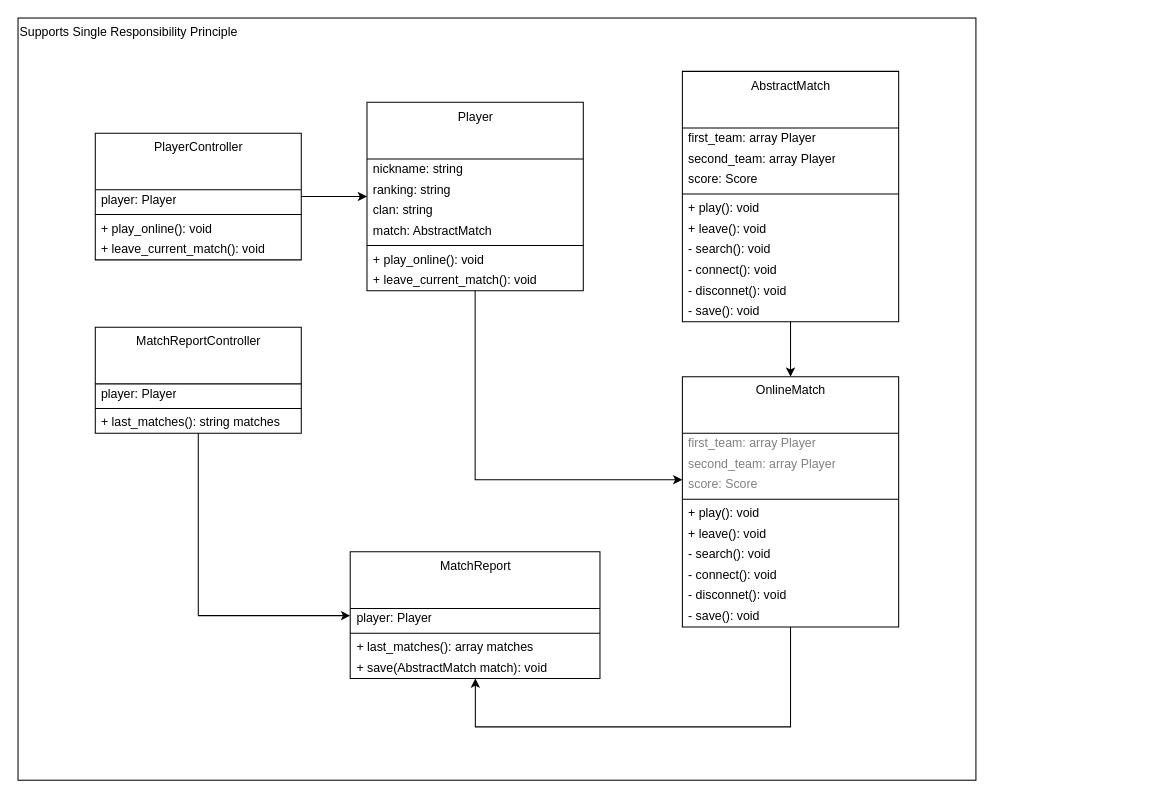
Before: page "SRP" (5 of 6) of images/clean-code-clean-classes/clean-classes.drawio in GabrielSlima/blog, a draw.io diagram. Source tidied: cells renumbered, new cells numbered last; positions are measured from the earlier drawing's top-left corner, leaving out a move shared by most shapes. Both pictures are drawn from the tidied source at 103%, with x=0, y=0 at pixel (18, 18).
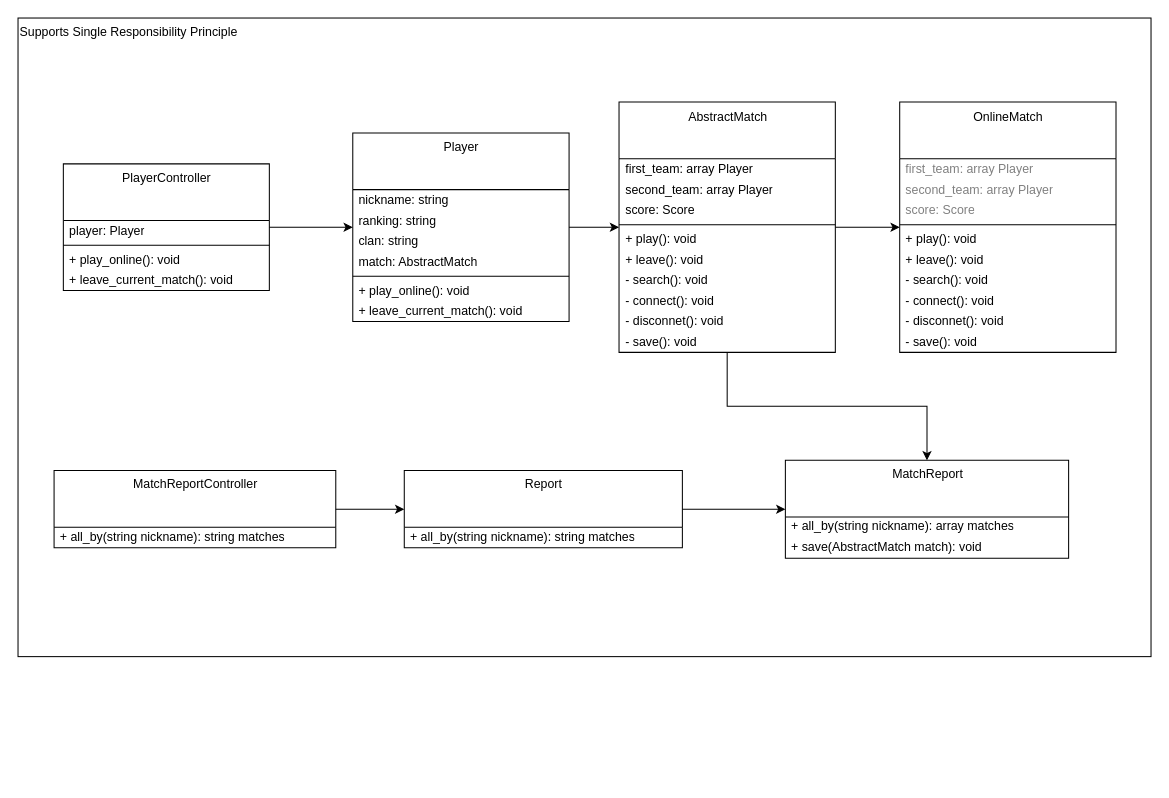
The same page after the edit.

Diff of the diagram source:
```diff
@@
     <mxCell id="2" value="Supports Single Responsibility Principle" style="rounded=0;whiteSpace=wrap;html=1;fillColor=none;align=left;verticalAlign=top;" parent="1" vertex="1">
-      <mxGeometry width="930" height="740" as="geometry" />
+      <mxGeometry width="1100" height="620" as="geometry" />
     </mxCell>
     <mxCell id="3" value="MatchReport" style="swimlane;fontStyle=0;align=center;verticalAlign=top;horizontal=1;startSize=55;html=1;fillColor=none;" parent="1" vertex="1">
-      <mxGeometry x="322.5" y="518.2" width="242.5" height="123" as="geometry" />
+      <mxGeometry x="745" y="429.4" width="275" height="95" as="geometry" />
     </mxCell>
-    <mxCell id="4" value="player: Player" style="text;html=1;strokeColor=none;fillColor=none;align=left;verticalAlign=middle;spacingLeft=4;spacingRight=4;overflow=hidden;" parent="3" vertex="1">
-      <mxGeometry y="55" width="242.5" height="20" as="geometry" />
-    </mxCell>
-    <mxCell id="5" style="line;strokeWidth=1;fillColor=none;align=left;verticalAlign=middle;spacingTop=-1;spacingLeft=3;spacingRight=3;labelPosition=right;" parent="3" vertex="1">
-      <mxGeometry y="75" width="242.5" height="8" as="geometry" />
-    </mxCell>
-    <mxCell id="6" value="+ last_matches(): array matches" style="text;html=1;strokeColor=none;fillColor=none;align=left;verticalAlign=middle;spacingLeft=4;spacingRight=4;overflow=hidden;" parent="3" vertex="1">
-      <mxGeometry y="83" width="242.5" height="20" as="geometry" />
+    <mxCell id="6" value="+ all_by(string nickname): array matches" style="text;html=1;strokeColor=none;fillColor=none;align=left;verticalAlign=middle;spacingLeft=4;spacingRight=4;overflow=hidden;" parent="3" vertex="1">
+      <mxGeometry y="55" width="275" height="20" as="geometry" />
     </mxCell>
     <mxCell id="7" value="+ save(AbstractMatch match): void" style="text;html=1;strokeColor=none;fillColor=none;align=left;verticalAlign=middle;spacingLeft=4;spacingRight=4;overflow=hidden;" parent="3" vertex="1">
-      <mxGeometry y="103" width="242.5" height="20" as="geometry" />
+      <mxGeometry y="75" width="275" height="20" as="geometry" />
     </mxCell>
-    <mxCell id="8" style="edgeStyle=orthogonalEdgeStyle;rounded=0;jettySize=auto;html=1;" parent="1" edge="1" source="9" target="3">
-      <mxGeometry relative="1" as="geometry">
-        <Array as="points">
-          <mxPoint x="175" y="580.2" />
-        </Array>
-      </mxGeometry>
-    </mxCell>
-    <mxCell id="9" value="MatchReportController" style="swimlane;fontStyle=0;align=center;verticalAlign=top;horizontal=1;startSize=55;html=1;fillColor=none;" parent="1" vertex="1">
-      <mxGeometry x="75" y="300.2" width="200" height="103" as="geometry" />
-    </mxCell>
-    <mxCell id="10" value="&lt;div&gt;player: Player&lt;/div&gt;" style="text;html=1;strokeColor=none;fillColor=none;align=left;verticalAlign=middle;spacingLeft=4;spacingRight=4;overflow=hidden;" parent="9" vertex="1">
-      <mxGeometry y="55" width="200" height="20" as="geometry" />
-    </mxCell>
-    <mxCell id="11" style="line;strokeWidth=1;fillColor=none;align=left;verticalAlign=middle;spacingTop=-1;spacingLeft=3;spacingRight=3;labelPosition=right;" parent="9" vertex="1">
-      <mxGeometry y="75" width="200" height="8" as="geometry" />
-    </mxCell>
-    <mxCell id="12" value="+ last_matches(): string matches" style="text;html=1;strokeColor=none;fillColor=none;align=left;verticalAlign=middle;spacingLeft=4;spacingRight=4;overflow=hidden;" parent="9" vertex="1">
-      <mxGeometry y="83" width="200" height="20" as="geometry" />
-    </mxCell>
-    <mxCell id="13" style="edgeStyle=orthogonalEdgeStyle;rounded=0;jettySize=auto;html=1;fontColor=#808080;" parent="1" edge="1" source="14" target="29">
-      <mxGeometry relative="1" as="geometry">
-        <Array as="points">
-          <mxPoint x="444" y="448.2" />
-        </Array>
-      </mxGeometry>
-    </mxCell>
+    <mxCell id="52" style="edgeStyle=orthogonalEdgeStyle;rounded=0;jettySize=auto;html=1;" parent="1" edge="1" source="14" target="41">
+      <mxGeometry relative="1" as="geometry" />
+    </mxCell>
     <mxCell id="14" value="&lt;div&gt;Player&lt;/div&gt;" style="swimlane;fontStyle=0;align=center;verticalAlign=top;horizontal=1;startSize=55;html=1;fillColor=none;" parent="1" vertex="1">
-      <mxGeometry x="338.8" y="81.8" width="210" height="183" as="geometry" />
+      <mxGeometry x="325" y="111.6" width="210" height="183" as="geometry" />
     </mxCell>
@@
     <mxCell id="23" value="PlayerController" style="swimlane;fontStyle=0;align=center;verticalAlign=top;horizontal=1;startSize=55;html=1;fillColor=none;" parent="1" vertex="1">
-      <mxGeometry x="75" y="111.8" width="200" height="123" as="geometry" />
+      <mxGeometry x="44" y="141.6" width="200" height="123" as="geometry" />
     </mxCell>
@@
-    <mxCell id="28" style="edgeStyle=orthogonalEdgeStyle;rounded=0;jettySize=auto;html=1;fontColor=#808080;" parent="1" edge="1" source="29" target="3">
-      <mxGeometry relative="1" as="geometry">
-        <Array as="points">
-          <mxPoint x="750" y="688.2" />
-          <mxPoint x="444" y="688.2" />
-        </Array>
-      </mxGeometry>
-    </mxCell>
     <mxCell id="29" value="OnlineMatch" style="swimlane;fontStyle=0;align=center;verticalAlign=top;horizontal=1;startSize=55;html=1;fillColor=none;" parent="1" vertex="1">
-      <mxGeometry x="645" y="348.2" width="210" height="243" as="geometry" />
+      <mxGeometry x="856" y="81.6" width="210" height="243" as="geometry" />
     </mxCell>
@@
-    <mxCell id="40" style="edgeStyle=orthogonalEdgeStyle;rounded=0;jettySize=auto;html=1;entryX=0.5;entryY=0;entryDx=0;entryDy=0;fontColor=#808080;" parent="1" edge="1" source="41" target="29">
+    <mxCell id="40" style="edgeStyle=orthogonalEdgeStyle;rounded=0;jettySize=auto;html=1;" parent="1" edge="1" source="41" target="29">
       <mxGeometry relative="1" as="geometry" />
     </mxCell>
+    <mxCell id="53" style="edgeStyle=orthogonalEdgeStyle;rounded=0;jettySize=auto;html=1;fontColor=#808080;" parent="1" edge="1" source="41" target="3">
+      <mxGeometry relative="1" as="geometry" />
+    </mxCell>
     <mxCell id="41" value="AbstractMatch" style="swimlane;fontStyle=0;align=center;verticalAlign=top;horizontal=1;startSize=55;html=1;fillColor=none;" parent="1" vertex="1">
-      <mxGeometry x="645" y="51.8" width="210" height="243" as="geometry" />
+      <mxGeometry x="583.5" y="81.6" width="210" height="243" as="geometry" />
     </mxCell>
@@
+    <mxCell id="54" style="edgeStyle=orthogonalEdgeStyle;rounded=0;jettySize=auto;html=1;entryX=0;entryY=0.5;entryDx=0;entryDy=0;fontColor=#808080;" parent="1" edge="1" source="9" target="57">
+      <mxGeometry relative="1" as="geometry" />
+    </mxCell>
+    <mxCell id="9" value="MatchReportController" style="swimlane;fontStyle=0;align=center;verticalAlign=top;horizontal=1;startSize=55;html=1;fillColor=none;" parent="1" vertex="1">
+      <mxGeometry x="35" y="439.4" width="273.5" height="75" as="geometry" />
+    </mxCell>
+    <mxCell id="55" value="+ all_by(string nickname): string matches" style="text;html=1;strokeColor=none;fillColor=none;align=left;verticalAlign=middle;spacingLeft=4;spacingRight=4;overflow=hidden;" parent="9" vertex="1">
+      <mxGeometry y="55" width="273.5" height="20" as="geometry" />
+    </mxCell>
+    <mxCell id="56" style="edgeStyle=orthogonalEdgeStyle;rounded=0;jettySize=auto;html=1;fontColor=#808080;" parent="1" edge="1" source="57" target="3">
+      <mxGeometry relative="1" as="geometry" />
+    </mxCell>
+    <mxCell id="57" value="Report" style="swimlane;fontStyle=0;align=center;verticalAlign=top;horizontal=1;startSize=55;html=1;fillColor=none;" parent="1" vertex="1">
+      <mxGeometry x="375" y="439.4" width="270" height="75" as="geometry" />
+    </mxCell>
+    <mxCell id="58" value="+ all_by(string nickname): string matches" style="text;html=1;strokeColor=none;fillColor=none;align=left;verticalAlign=middle;spacingLeft=4;spacingRight=4;overflow=hidden;" parent="57" vertex="1">
+      <mxGeometry y="55" width="270" height="20" as="geometry" />
+    </mxCell>
```
